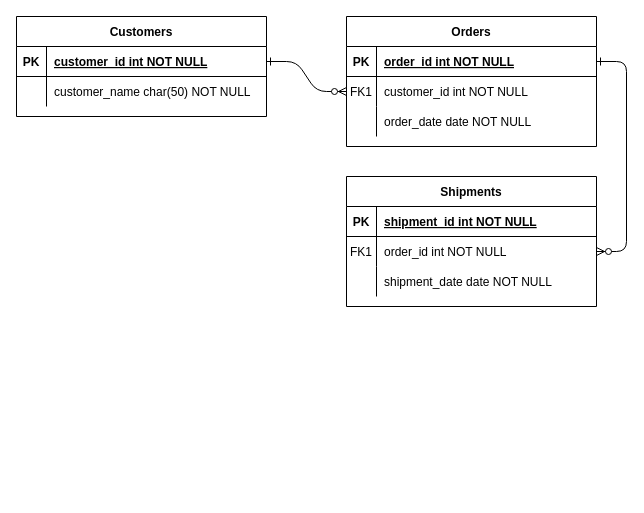
The draw.io diagram Diagrama sin título.drawio in davide1003/Proyecto-Min-Tic, before the edit. Source tidied: cells renumbered, new cells numbered last; positions are measured from the earlier drawing's top-left corner, leaving out a move shared by most shapes. Both pictures are drawn from the tidied source at 100%, with x=0, y=0 at pixel (16, 16).
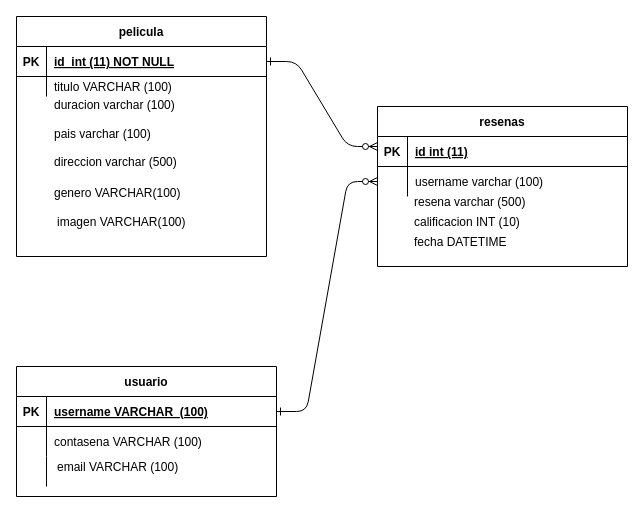
Above is the later version.

Commit message:
BD Movie STAR

The change refers to these unchanged cells:
```xml
<mxCell id="15" style="shape=partialRectangle;fillColor=none;top=0;left=0;right=0;bottom=1;" parent="14" vertex="1">
  <mxGeometry y="30" width="250" height="30" as="geometry" />
</mxCell>
<mxCell id="18" style="shape=partialRectangle;fillColor=none;points=[[0,0.5],[1,0.5]];portConstraint=eastwest;top=0;left=0;right=0;bottom=0;" parent="14" vertex="1">
  <mxGeometry y="60" width="250" height="30" as="geometry" />
</mxCell>
<mxCell id="25" style="shape=partialRectangle;fillColor=none;points=[[0,0.5],[1,0.5]];portConstraint=eastwest;top=0;left=0;right=0;bottom=1;" parent="24" vertex="1">
  <mxGeometry y="30" width="250" height="30" as="geometry" />
</mxCell>
```

What changed in the source:
```diff
@@
-    <mxCell id="2" style="edgeStyle=entityRelationEdgeStyle;endArrow=ERzeroToMany;startArrow=ERone;endFill=1;startFill=0;" parent="1" edge="1" source="25" target="8">
-      <mxGeometry relative="1" as="geometry" />
-    </mxCell>
@@
-    <mxCell id="4" value="Orders" style="shape=table;startSize=30;childLayout=tableLayout;rowLines=0;fontStyle=1;align=center;" parent="1" vertex="1">
-      <mxGeometry x="330" width="250" height="130" as="geometry" />
+    <mxCell id="4" value="usuario" style="shape=table;startSize=30;childLayout=tableLayout;rowLines=0;fontStyle=1;align=center;" parent="1" vertex="1">
+      <mxGeometry y="350" width="260" height="130" as="geometry" />
     </mxCell>
     <mxCell id="5" style="shape=partialRectangle;fillColor=none;points=[[0,0.5],[1,0.5]];portConstraint=eastwest;top=0;left=0;right=0;bottom=1;" parent="4" vertex="1">
-      <mxGeometry y="30" width="250" height="30" as="geometry" />
+      <mxGeometry y="30" width="260" height="30" as="geometry" />
     </mxCell>
@@
-    <mxCell id="7" value="order_id int NOT NULL " style="shape=partialRectangle;overflow=hidden;fillColor=none;top=0;left=0;bottom=0;right=0;align=left;spacingLeft=6;fontStyle=5;" parent="5" vertex="1">
-      <mxGeometry x="30" width="220" height="30" as="geometry" />
+    <mxCell id="7" value="username VARCHAR  (100)" style="shape=partialRectangle;overflow=hidden;fillColor=none;top=0;left=0;bottom=0;right=0;align=left;spacingLeft=6;fontStyle=5;" parent="5" vertex="1">
+      <mxGeometry x="30" width="230" height="30" as="geometry" />
     </mxCell>
     <mxCell id="8" style="shape=partialRectangle;fillColor=none;points=[[0,0.5],[1,0.5]];portConstraint=eastwest;top=0;left=0;right=0;bottom=0;" parent="4" vertex="1">
-      <mxGeometry y="60" width="250" height="30" as="geometry" />
+      <mxGeometry y="60" width="260" height="30" as="geometry" />
     </mxCell>
-    <mxCell id="9" value="FK1" style="shape=partialRectangle;overflow=hidden;fillColor=none;top=0;left=0;bottom=0;right=0;" parent="8" vertex="1">
+    <mxCell id="9" style="shape=partialRectangle;overflow=hidden;fillColor=none;top=0;left=0;bottom=0;right=0;" parent="8" vertex="1">
       <mxGeometry width="30" height="30" as="geometry" />
     </mxCell>
-    <mxCell id="10" value="customer_id int NOT NULL" style="shape=partialRectangle;overflow=hidden;fillColor=none;top=0;left=0;bottom=0;right=0;align=left;spacingLeft=6;" parent="8" vertex="1">
-      <mxGeometry x="30" width="220" height="30" as="geometry" />
+    <mxCell id="10" value="contasena VARCHAR (100)" style="shape=partialRectangle;overflow=hidden;fillColor=none;top=0;left=0;bottom=0;right=0;align=left;spacingLeft=6;" parent="8" vertex="1">
+      <mxGeometry x="30" width="230" height="30" as="geometry" />
     </mxCell>
     <mxCell id="11" style="shape=partialRectangle;fillColor=none;top=0;left=0;right=0;bottom=0;" parent="4" vertex="1">
-      <mxGeometry y="90" width="250" height="30" as="geometry" />
+      <mxGeometry y="90" width="260" height="30" as="geometry" />
     </mxCell>
@@
-    <mxCell id="13" value="order_date date NOT NULL" style="shape=partialRectangle;overflow=hidden;fillColor=none;top=0;left=0;bottom=0;right=0;align=left;spacingLeft=6;" parent="11" vertex="1">
-      <mxGeometry x="30" width="220" height="30" as="geometry" />
+    <mxCell id="13" style="shape=partialRectangle;overflow=hidden;fillColor=none;top=0;left=0;bottom=0;right=0;align=left;spacingLeft=6;" parent="11" vertex="1">
+      <mxGeometry x="30" width="230" height="30" as="geometry" />
     </mxCell>
-    <mxCell id="14" value="Shipments" style="shape=table;startSize=30;childLayout=tableLayout;rowLines=0;fontStyle=1;align=center;" parent="1" vertex="1">
-      <mxGeometry x="330" y="160" width="250" height="130" as="geometry" />
+    <mxCell id="14" value="resenas" style="shape=table;startSize=30;childLayout=tableLayout;rowLines=0;fontStyle=1;align=center;" parent="1" vertex="1">
+      <mxGeometry x="361" y="90" width="250" height="160" as="geometry" />
     </mxCell>
@@
-    <mxCell id="17" value="shipment_id int NOT NULL " style="shape=partialRectangle;overflow=hidden;fillColor=none;top=0;left=0;bottom=0;right=0;align=left;spacingLeft=6;fontStyle=5;" parent="15" vertex="1">
+    <mxCell id="17" value="id int (11)" style="shape=partialRectangle;overflow=hidden;fillColor=none;top=0;left=0;bottom=0;right=0;align=left;spacingLeft=6;fontStyle=5;" parent="15" vertex="1">
       <mxGeometry x="30" width="220" height="30" as="geometry" />
     </mxCell>
@@
-    <mxCell id="19" value="FK1" style="shape=partialRectangle;overflow=hidden;fillColor=none;top=0;left=0;bottom=0;right=0;" parent="18" vertex="1">
+    <mxCell id="19" style="shape=partialRectangle;overflow=hidden;fillColor=none;top=0;left=0;bottom=0;right=0;" parent="18" vertex="1">
       <mxGeometry width="30" height="30" as="geometry" />
     </mxCell>
-    <mxCell id="20" value="order_id int NOT NULL" style="shape=partialRectangle;overflow=hidden;fillColor=none;top=0;left=0;bottom=0;right=0;align=left;spacingLeft=6;" parent="18" vertex="1">
+    <mxCell id="20" value="username varchar (100)" style="shape=partialRectangle;overflow=hidden;fillColor=none;top=0;left=0;bottom=0;right=0;align=left;spacingLeft=6;" parent="18" vertex="1">
       <mxGeometry x="30" width="220" height="30" as="geometry" />
     </mxCell>
-    <mxCell id="21" style="shape=partialRectangle;fillColor=none;top=0;left=0;right=0;bottom=0;" parent="14" vertex="1">
-      <mxGeometry y="90" width="250" height="30" as="geometry" />
-    </mxCell>
-    <mxCell id="22" style="shape=partialRectangle;overflow=hidden;fillColor=none;top=0;left=0;bottom=0;right=0;" parent="21" vertex="1">
-      <mxGeometry width="30" height="30" as="geometry" />
-    </mxCell>
-    <mxCell id="23" value="shipment_date date NOT NULL" style="shape=partialRectangle;overflow=hidden;fillColor=none;top=0;left=0;bottom=0;right=0;align=left;spacingLeft=6;" parent="21" vertex="1">
-      <mxGeometry x="30" width="220" height="30" as="geometry" />
-    </mxCell>
-    <mxCell id="24" value="Customers" style="shape=table;startSize=30;childLayout=tableLayout;rowLines=0;fontStyle=1;align=center;" parent="1" vertex="1">
-      <mxGeometry width="250" height="100" as="geometry" />
+    <mxCell id="24" value="pelicula" style="shape=table;startSize=30;childLayout=tableLayout;rowLines=0;fontStyle=1;align=center;" parent="1" vertex="1">
+      <mxGeometry width="250" height="240" as="geometry" />
     </mxCell>
@@
-    <mxCell id="27" value="customer_id int NOT NULL " style="shape=partialRectangle;overflow=hidden;fillColor=none;top=0;left=0;bottom=0;right=0;align=left;spacingLeft=6;fontStyle=5;" parent="25" vertex="1">
+    <mxCell id="27" value="id  int (11) NOT NULL " style="shape=partialRectangle;overflow=hidden;fillColor=none;top=0;left=0;bottom=0;right=0;align=left;spacingLeft=6;fontStyle=5;" parent="25" vertex="1">
       <mxGeometry x="30" width="220" height="30" as="geometry" />
     </mxCell>
     <mxCell id="28" style="shape=partialRectangle;fillColor=none;top=0;left=0;right=0;bottom=0;" parent="24" vertex="1">
-      <mxGeometry y="60" width="250" height="30" as="geometry" />
+      <mxGeometry y="60" width="250" height="20" as="geometry" />
     </mxCell>
     <mxCell id="29" style="shape=partialRectangle;overflow=hidden;fillColor=none;top=0;left=0;bottom=0;right=0;" parent="28" vertex="1">
-      <mxGeometry width="30" height="30" as="geometry" />
+      <mxGeometry width="30" height="20" as="geometry" />
     </mxCell>
-    <mxCell id="30" value="customer_name char(50) NOT NULL" style="shape=partialRectangle;overflow=hidden;fillColor=none;top=0;left=0;bottom=0;right=0;align=left;spacingLeft=6;" parent="28" vertex="1">
-      <mxGeometry x="30" width="220" height="30" as="geometry" />
+    <mxCell id="30" value="titulo VARCHAR (100) " style="shape=partialRectangle;overflow=hidden;fillColor=none;top=0;left=0;bottom=0;right=0;align=left;spacingLeft=6;" parent="28" vertex="1">
+      <mxGeometry x="30" width="220" height="20" as="geometry" />
     </mxCell>
+    <mxCell id="31" value="genero VARCHAR(100) " style="shape=partialRectangle;overflow=hidden;fillColor=none;top=0;left=0;bottom=0;right=0;align=left;spacingLeft=6;" parent="1" vertex="1">
+      <mxGeometry x="30" y="156" width="220" height="40" as="geometry" />
+    </mxCell>
+    <mxCell id="32" value="resena varchar (500)" style="shape=partialRectangle;overflow=hidden;fillColor=none;top=0;left=0;bottom=0;right=0;align=left;spacingLeft=6;" parent="1" vertex="1">
+      <mxGeometry x="390" y="170" width="220" height="30" as="geometry" />
+    </mxCell>
+    <mxCell id="33" value="fecha DATETIME" style="shape=partialRectangle;overflow=hidden;fillColor=none;top=0;left=0;bottom=0;right=0;align=left;spacingLeft=6;" parent="1" vertex="1">
+      <mxGeometry x="390" y="210" width="220" height="30" as="geometry" />
+    </mxCell>
+    <mxCell id="34" value="duracion varchar (100)" style="shape=partialRectangle;overflow=hidden;fillColor=none;top=0;left=0;bottom=0;right=0;align=left;spacingLeft=6;" parent="1" vertex="1">
+      <mxGeometry x="30" y="73" width="220" height="30" as="geometry" />
+    </mxCell>
+    <mxCell id="35" value="pais varchar (100)" style="shape=partialRectangle;overflow=hidden;fillColor=none;top=0;left=0;bottom=0;right=0;align=left;spacingLeft=6;" parent="1" vertex="1">
+      <mxGeometry x="30" y="102" width="220" height="30" as="geometry" />
+    </mxCell>
+    <mxCell id="36" value="direccion varchar (500)" style="shape=partialRectangle;overflow=hidden;fillColor=none;top=0;left=0;bottom=0;right=0;align=left;spacingLeft=6;" parent="1" vertex="1">
+      <mxGeometry x="30" y="130" width="220" height="30" as="geometry" />
+    </mxCell>
+    <mxCell id="37" value="imagen VARCHAR(100) " style="shape=partialRectangle;overflow=hidden;fillColor=none;top=0;left=0;bottom=0;right=0;align=left;spacingLeft=6;" parent="1" vertex="1">
+      <mxGeometry x="33" y="185" width="220" height="40" as="geometry" />
+    </mxCell>
+    <mxCell id="38" value="email VARCHAR (100)" style="shape=partialRectangle;overflow=hidden;fillColor=none;top=0;left=0;bottom=0;right=0;align=left;spacingLeft=6;" parent="1" vertex="1">
+      <mxGeometry x="33" y="435" width="230" height="30" as="geometry" />
+    </mxCell>
+    <mxCell id="39" value="calificacion INT (10)" style="shape=partialRectangle;overflow=hidden;fillColor=none;top=0;left=0;bottom=0;right=0;align=left;spacingLeft=6;" parent="1" vertex="1">
+      <mxGeometry x="390" y="190" width="220" height="30" as="geometry" />
+    </mxCell>
+    <mxCell id="40" style="edgeStyle=entityRelationEdgeStyle;endArrow=ERzeroToMany;startArrow=ERone;endFill=1;startFill=0;exitX=1;exitY=0.5;exitDx=0;exitDy=0;" parent="1" edge="1" source="25">
+      <mxGeometry relative="1" as="geometry">
+        <mxPoint x="361" y="130" as="targetPoint" />
+      </mxGeometry>
+    </mxCell>
```
